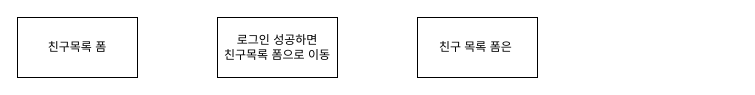
Earlier version of the draw.io diagram 친구목록.drawio (Hyunmin-Kwak-hub/neighbor21). Source tidied: cells renumbered, new cells numbered last; positions are measured from the earlier drawing's top-left corner, leaving out a move shared by most shapes. Both pictures are drawn from the tidied source at 100%, with x=0, y=0 at pixel (17, 17).
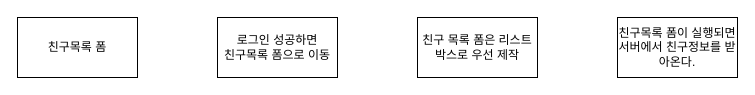
Above is the later version.

Commit message:
친구목록.drawio 업데이트

The edit, as a diff of the source:
```diff
@@
 <mxGraphModel>
   <root>
     <mxCell id="0" />
     <mxCell id="1" parent="0" />
     <mxCell id="2" value="친구목록 폼" style="rounded=0;whiteSpace=wrap;html=1;" parent="1" vertex="1">
       <mxGeometry width="120" height="60" as="geometry" />
     </mxCell>
     <mxCell id="3" value="로그인 성공하면&lt;div&gt;친구목록 폼으로 이동&lt;/div&gt;" style="rounded=0;whiteSpace=wrap;html=1;" parent="1" vertex="1">
       <mxGeometry x="200" width="120" height="60" as="geometry" />
     </mxCell>
-    <mxCell id="4" value="친구 목록 폼은&amp;nbsp;" style="rounded=0;whiteSpace=wrap;html=1;" parent="1" vertex="1">
+    <mxCell id="4" value="친구 목록 폼은 리스트박스로 우선 제작" style="rounded=0;whiteSpace=wrap;html=1;" parent="1" vertex="1">
       <mxGeometry x="400" width="120" height="60" as="geometry" />
     </mxCell>
+    <mxCell id="5" value="친구목록 폼이 실행되면 서버에서 친구정보를 받아온다." style="rounded=0;whiteSpace=wrap;html=1;" parent="1" vertex="1">
+      <mxGeometry x="600" width="120" height="60" as="geometry" />
+    </mxCell>
   </root>
 </mxGraphModel>
```
